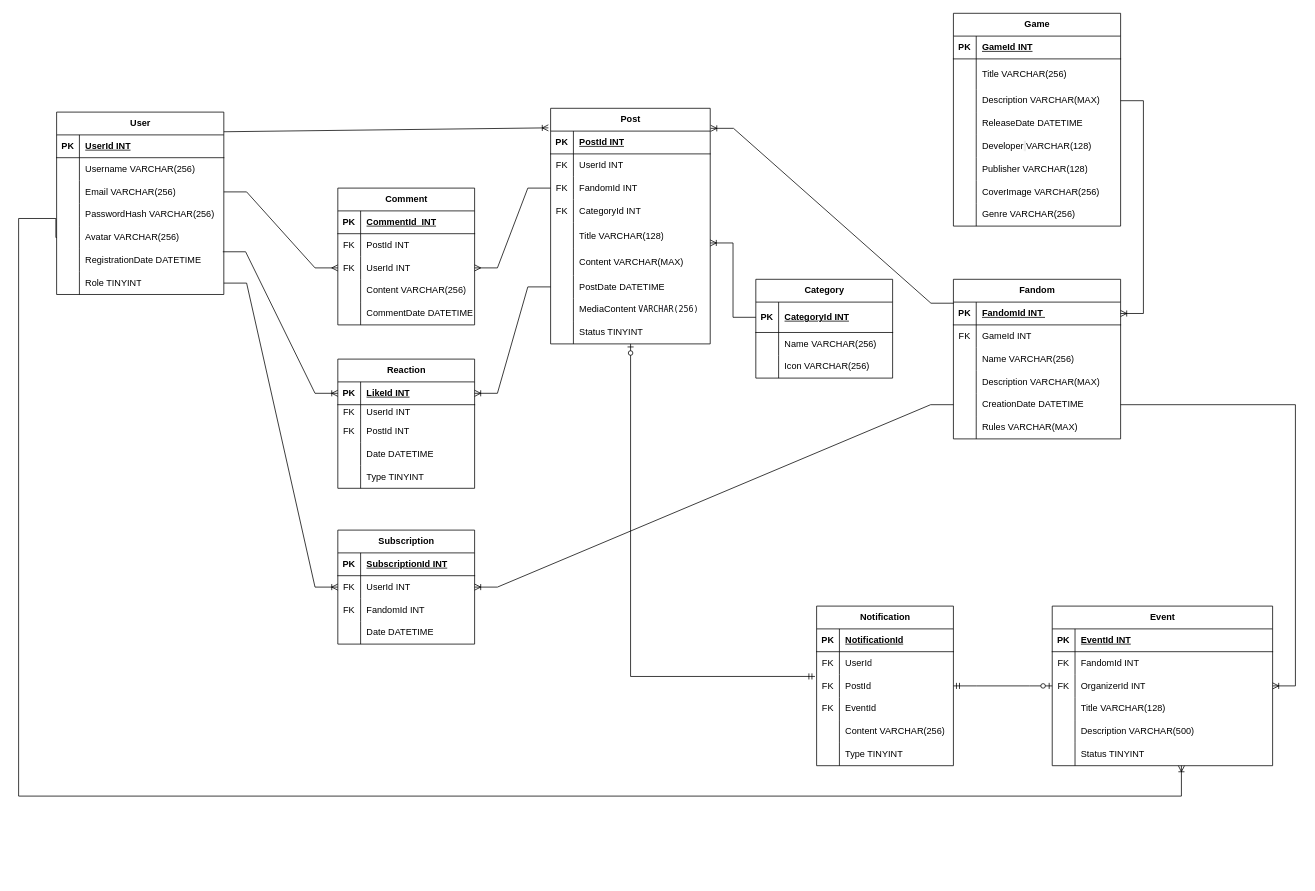
Before: FanHubDiagram.drawio in Kaskinji/FanHub, a draw.io diagram. Source tidied: cells renumbered, new cells numbered last; positions are measured from the earlier drawing's top-left corner, leaving out a move shared by most shapes. Both pictures are drawn from the tidied source at 76%, with x=0, y=0 at pixel (18, 13).
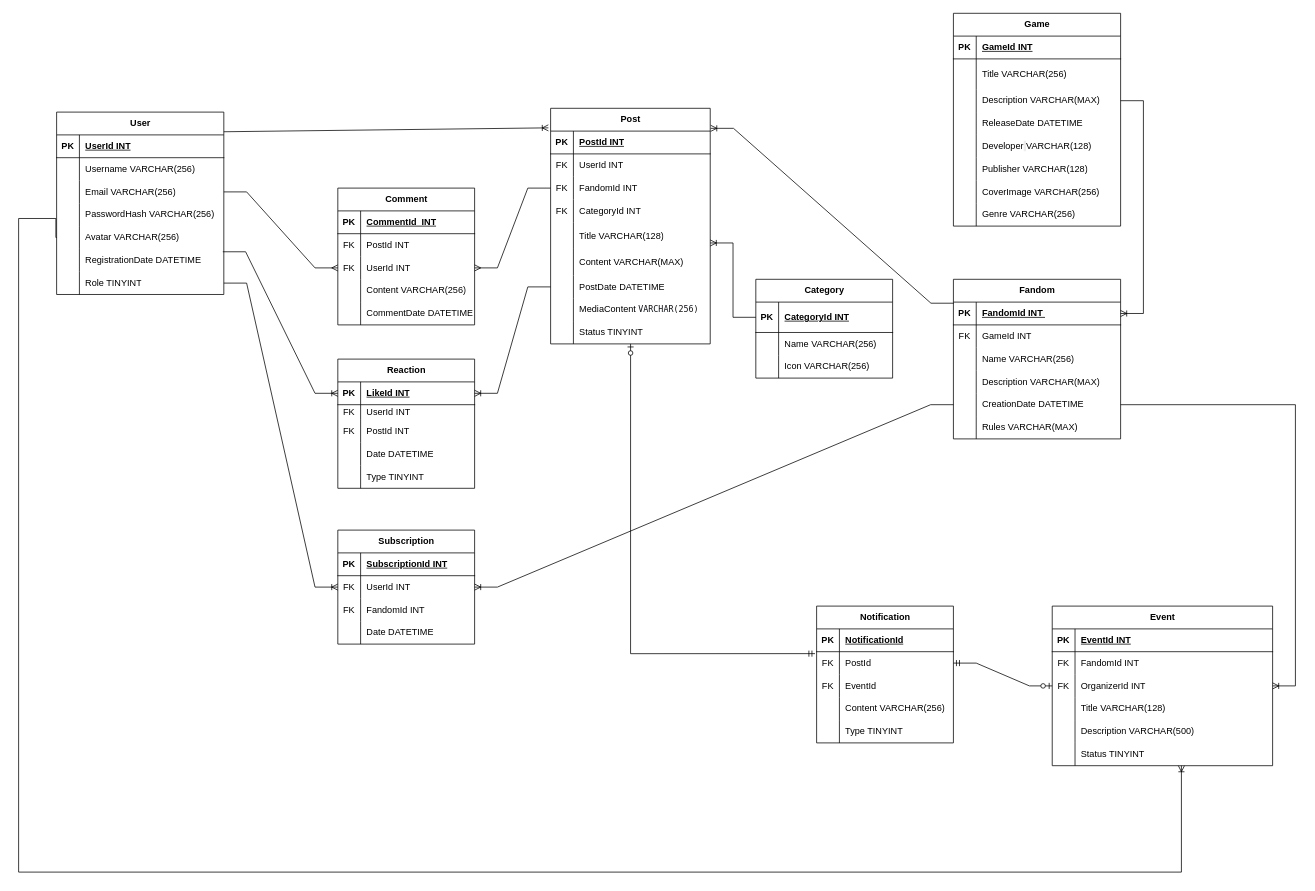
Above is the later version.

The change refers to these unchanged cells:
```xml
<mxCell id="15" style="shape=tableRow;horizontal=0;startSize=0;swimlaneHead=0;swimlaneBody=0;fillColor=none;points=[[0,0.5],[1,0.5]];portConstraint=eastwest;top=0;left=0;right=0;bottom=0;" parent="2" vertex="1">
  <mxGeometry y="150" width="220" height="30" as="geometry" />
</mxCell>
<mxCell id="175" style="shape=tableRow;horizontal=0;startSize=0;swimlaneHead=0;swimlaneBody=0;fillColor=none;points=[[0,0.5],[1,0.5]];portConstraint=eastwest;top=0;left=0;right=0;bottom=0;" parent="159" vertex="1">
  <mxGeometry y="180" width="290" height="30" as="geometry" />
</mxCell>
```

Diff of the diagram source:
```diff
@@
     <mxCell id="182" value="Notification" style="shape=table;startSize=30;childLayout=tableLayout;rowLines=0;fontStyle=1;align=center;html=1;" parent="1" vertex="1">
-      <mxGeometry x="1050" y="780" width="180" height="210" as="geometry" />
+      <mxGeometry x="1050" y="780" width="180" height="180" as="geometry" />
     </mxCell>
@@
-    <mxCell id="186" style="shape=tableRow;horizontal=0;startSize=0;swimlaneHead=0;swimlaneBody=0;fillColor=none;top=0;left=0;right=0;bottom=0;" parent="182" vertex="1">
-      <mxGeometry y="60" width="180" height="30" as="geometry" />
-    </mxCell>
-    <mxCell id="187" value="FK" style="shape=partialRectangle;fillColor=none;top=0;left=0;bottom=0;right=0;overflow=hidden;whiteSpace=wrap;html=1;" parent="186" vertex="1">
-      <mxGeometry width="30" height="30" as="geometry" />
-    </mxCell>
-    <mxCell id="188" value="UserId" style="shape=partialRectangle;fillColor=none;top=0;left=0;bottom=0;right=0;align=left;spacingLeft=6;overflow=hidden;whiteSpace=wrap;html=1;" parent="186" vertex="1">
-      <mxGeometry x="30" width="150" height="30" as="geometry" />
-    </mxCell>
     <mxCell id="189" style="shape=tableRow;horizontal=0;startSize=0;swimlaneHead=0;swimlaneBody=0;fillColor=none;points=[[0,0.5],[1,0.5]];portConstraint=eastwest;top=0;left=0;right=0;bottom=0;" parent="182" vertex="1">
-      <mxGeometry y="90" width="180" height="30" as="geometry" />
+      <mxGeometry y="60" width="180" height="30" as="geometry" />
     </mxCell>
@@
     <mxCell id="192" style="shape=tableRow;horizontal=0;startSize=0;swimlaneHead=0;swimlaneBody=0;fillColor=none;top=0;left=0;right=0;bottom=0;" parent="182" vertex="1">
-      <mxGeometry y="120" width="180" height="30" as="geometry" />
+      <mxGeometry y="90" width="180" height="30" as="geometry" />
     </mxCell>
@@
     <mxCell id="195" style="shape=tableRow;horizontal=0;startSize=0;swimlaneHead=0;swimlaneBody=0;fillColor=none;top=0;left=0;right=0;bottom=0;" parent="182" vertex="1">
-      <mxGeometry y="150" width="180" height="30" as="geometry" />
+      <mxGeometry y="120" width="180" height="30" as="geometry" />
     </mxCell>
@@
     <mxCell id="198" style="shape=tableRow;horizontal=0;startSize=0;swimlaneHead=0;swimlaneBody=0;fillColor=none;top=0;left=0;right=0;bottom=0;" parent="182" vertex="1">
-      <mxGeometry y="180" width="180" height="30" as="geometry" />
+      <mxGeometry y="150" width="180" height="30" as="geometry" />
     </mxCell>
@@
     <mxCell id="203" style="edgeStyle=orthogonalEdgeStyle;fontSize=12;html=1;endArrow=ERoneToMany;rounded=0;exitX=0;exitY=0.5;exitDx=0;exitDy=0;" parent="1" edge="1" source="15" target="175">
       <mxGeometry relative="1" as="geometry">
         <Array as="points">
-          <mxPoint x="49" y="295" />
           <mxPoint x="49" y="270" />
           <mxPoint y="270" />
-          <mxPoint y="1030" />
-          <mxPoint x="1530" y="1030" />
+          <mxPoint y="1130" />
+          <mxPoint x="1530" y="1130" />
         </Array>
       </mxGeometry>
     </mxCell>
```
